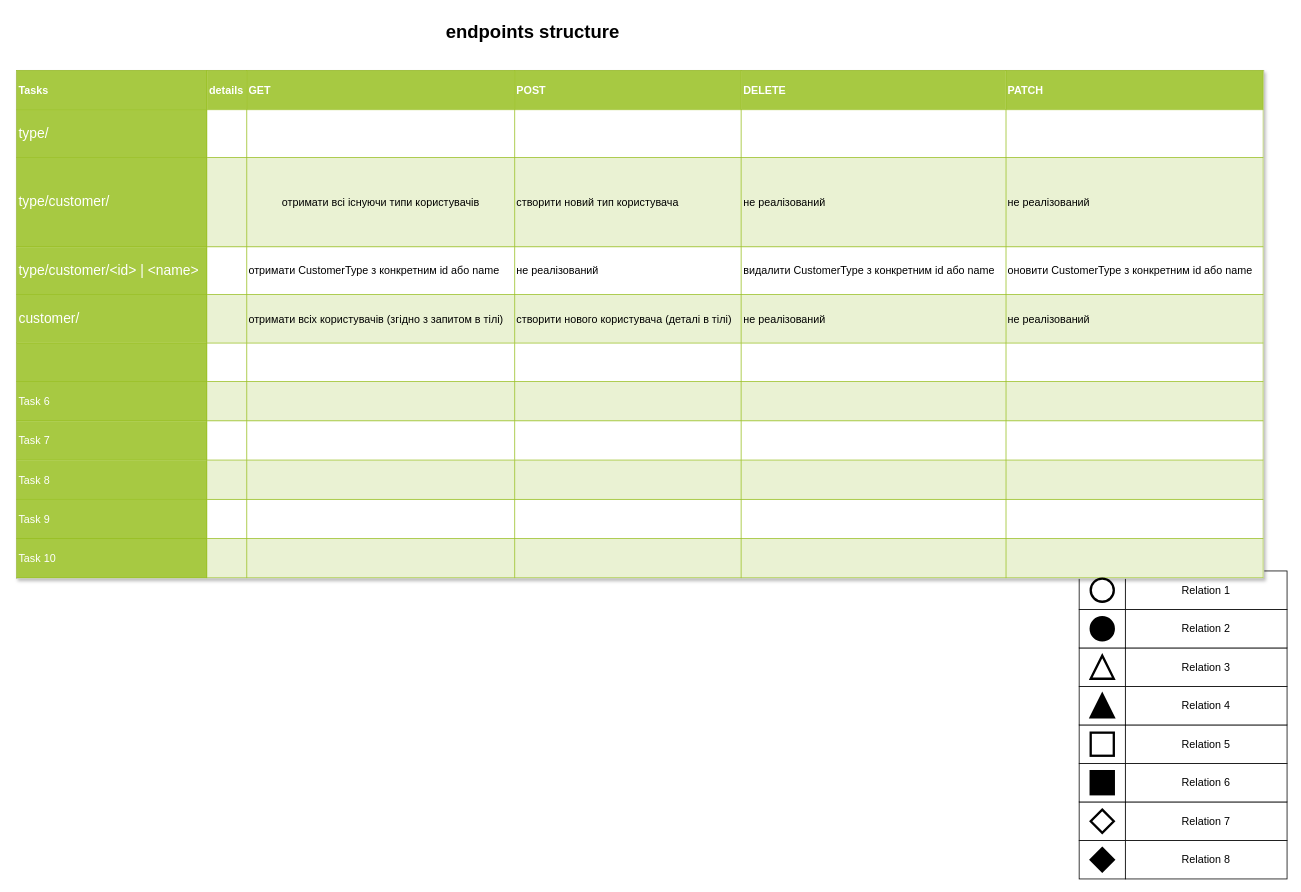
The draw.io diagram doc/endpoints.drawio in essayNEXT/REPETITOR, before the edit. Source tidied: cells renumbered, new cells numbered last; positions are measured from the earlier drawing's top-left corner, leaving out a move shared by most shapes. Both pictures are drawn from the tidied source at 77%, with x=0, y=0 at pixel (16, 16).
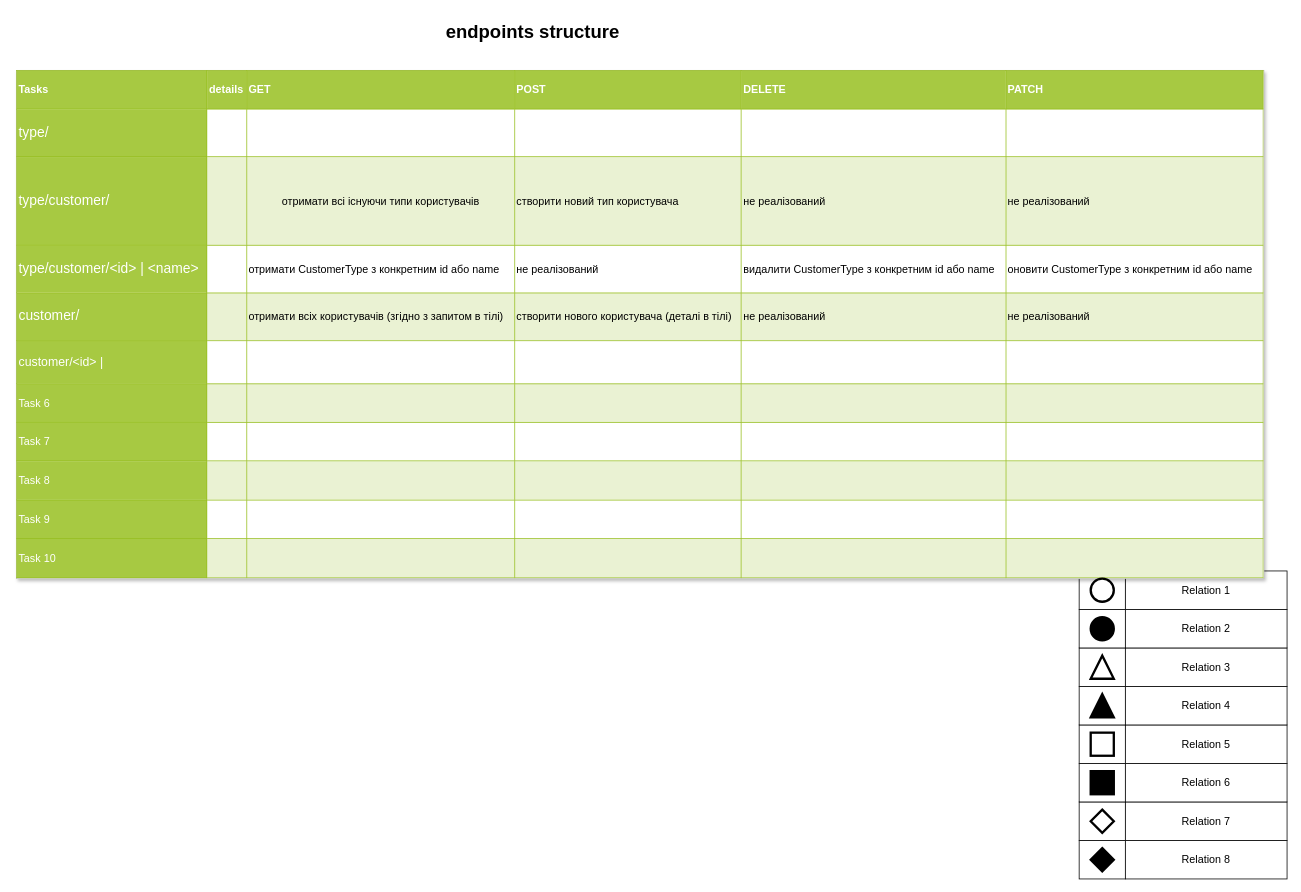
The same diagram, later.

What changed in the source:
```diff
@@
-    <mxCell id="19" value="&lt;table border=&quot;1&quot; width=&quot;100%&quot; cellpadding=&quot;2&quot; style=&quot;width: 100% ; height: 100% ; border-collapse: collapse&quot;&gt;&lt;tbody&gt;&lt;tr style=&quot;background-color: #a7c942 ; color: #ffffff ; border: 1px solid #98bf21&quot;&gt;&lt;th&gt;Tasks&lt;/th&gt;&lt;th&gt;details&lt;/th&gt;&lt;th&gt;GET&lt;/th&gt;&lt;th&gt;POST&lt;/th&gt;&lt;th&gt;DELETE&lt;/th&gt;&lt;th&gt;PATCH&lt;/th&gt;&lt;/tr&gt;&lt;tr style=&quot;border: 1px solid #98bf21&quot;&gt;&lt;td style=&quot;background-color: #a7c942 ; color: #ffffff ; border: 1px solid #98bf21&quot;&gt;&lt;font style=&quot;font-size: 18px;&quot;&gt;type/&lt;/font&gt;&lt;/td&gt;&lt;td&gt;&lt;/td&gt;&lt;td&gt;&lt;/td&gt;&lt;td&gt;&lt;br&gt;&lt;/td&gt;&lt;td&gt;&lt;br&gt;&lt;/td&gt;&lt;td&gt;&lt;br&gt;&lt;/td&gt;&lt;/tr&gt;&lt;tr style=&quot;background-color: #eaf2d3 ; border: 1px solid #98bf21&quot;&gt;&lt;td style=&quot;background-color: #a7c942 ; color: #ffffff ; border: 1px solid #98bf21&quot;&gt;&lt;font style=&quot;font-size: 18px;&quot;&gt;type/customer/&lt;/font&gt;&lt;/td&gt;&lt;td&gt;&lt;/td&gt;&lt;td style=&quot;text-align: center;&quot;&gt;&lt;p&gt;отримати всі існуючи типи користувачів&lt;/p&gt;&lt;/td&gt;&lt;td&gt;створити новий тип користувача&lt;/td&gt;&lt;td&gt;не реалізований&lt;/td&gt;&lt;td&gt;не реалізований&lt;/td&gt;&lt;/tr&gt;&lt;tr style=&quot;border: 1px solid #98bf21&quot;&gt;&lt;td style=&quot;background-color: #a7c942 ; color: #ffffff ; border: 1px solid #98bf21&quot;&gt;&lt;font style=&quot;font-size: 18px;&quot;&gt;type/customer/&amp;lt;id&amp;gt; | &amp;lt;name&amp;gt;&lt;/font&gt;&lt;/td&gt;&lt;td&gt;&lt;/td&gt;&lt;td&gt;отримати CustomerType з конкретним id або name&lt;/td&gt;&lt;td&gt;не реалізований&lt;/td&gt;&lt;td&gt;видалити CustomerType з конкретним id або name&lt;/td&gt;&lt;td&gt;оновити CustomerType з конкретним id або name&lt;/td&gt;&lt;/tr&gt;&lt;tr style=&quot;background-color: #eaf2d3 ; border: 1px solid #98bf21&quot;&gt;&lt;td style=&quot;background-color: #a7c942 ; color: #ffffff ; border: 1px solid #98bf21&quot;&gt;&lt;font style=&quot;font-size: 18px;&quot;&gt;customer/&lt;/font&gt;&lt;/td&gt;&lt;td&gt;&lt;/td&gt;&lt;td&gt;отримати всіх користувачів (згідно з запитом в тілі)&lt;/td&gt;&lt;td&gt;створити нового користувача (деталі в тілі)&lt;/td&gt;&lt;td&gt;не реалізований&lt;/td&gt;&lt;td&gt;не реалізований&lt;/td&gt;&lt;/tr&gt;&lt;tr style=&quot;border: 1px solid #98bf21&quot;&gt;&lt;td style=&quot;background-color: #a7c942 ; color: #ffffff ; border: 1px solid #98bf21&quot;&gt;&lt;br&gt;&lt;/td&gt;&lt;td&gt;&lt;br&gt;&lt;/td&gt;&lt;td&gt;&lt;br&gt;&lt;/td&gt;&lt;td&gt;&lt;br&gt;&lt;/td&gt;&lt;td&gt;&lt;br&gt;&lt;/td&gt;&lt;td&gt;&lt;br&gt;&lt;/td&gt;&lt;/tr&gt;&lt;tr style=&quot;background-color: #eaf2d3 ; border: 1px solid #98bf21&quot;&gt;&lt;td style=&quot;background-color: #a7c942 ; color: #ffffff ; border: 1px solid #98bf21&quot;&gt;Task 6&lt;br&gt;&lt;/td&gt;&lt;td&gt;&lt;br&gt;&lt;/td&gt;&lt;td&gt;&lt;br&gt;&lt;/td&gt;&lt;td&gt;&lt;br&gt;&lt;/td&gt;&lt;td&gt;&lt;br&gt;&lt;/td&gt;&lt;td&gt;&lt;br&gt;&lt;/td&gt;&lt;/tr&gt;&lt;tr style=&quot;border: 1px solid #98bf21&quot;&gt;&lt;td style=&quot;background-color: #a7c942 ; color: #ffffff ; border: 1px solid #98bf21&quot;&gt;Task 7&lt;br&gt;&lt;/td&gt;&lt;td&gt;&lt;br&gt;&lt;/td&gt;&lt;td&gt;&lt;br&gt;&lt;/td&gt;&lt;td&gt;&lt;br&gt;&lt;/td&gt;&lt;td&gt;&lt;br&gt;&lt;/td&gt;&lt;td&gt;&lt;br&gt;&lt;/td&gt;&lt;/tr&gt;&lt;tr style=&quot;background-color: #eaf2d3 ; border: 1px solid #98bf21&quot;&gt;&lt;td style=&quot;background-color: #a7c942 ; color: #ffffff ; border: 1px solid #98bf21&quot;&gt;Task 8&lt;br&gt;&lt;/td&gt;&lt;td&gt;&lt;br&gt;&lt;/td&gt;&lt;td&gt;&lt;br&gt;&lt;/td&gt;&lt;td&gt;&lt;br&gt;&lt;/td&gt;&lt;td&gt;&lt;br&gt;&lt;/td&gt;&lt;td&gt;&lt;br&gt;&lt;/td&gt;&lt;/tr&gt;&lt;tr style=&quot;border: 1px solid #98bf21&quot;&gt;&lt;td style=&quot;background-color: #a7c942 ; color: #ffffff ; border: 1px solid #98bf21&quot;&gt;Task 9&lt;br&gt;&lt;/td&gt;&lt;td&gt;&lt;br&gt;&lt;/td&gt;&lt;td&gt;&lt;br&gt;&lt;/td&gt;&lt;td&gt;&lt;br&gt;&lt;/td&gt;&lt;td&gt;&lt;br&gt;&lt;/td&gt;&lt;td&gt;&lt;br&gt;&lt;/td&gt;&lt;/tr&gt;&lt;tr style=&quot;background-color: #eaf2d3 ; border: 1px solid #98bf21&quot;&gt;&lt;td style=&quot;background-color: #a7c942 ; color: #ffffff ; border: 1px solid #98bf21&quot;&gt;Task 10&lt;br&gt;&lt;/td&gt;&lt;td&gt;&lt;br&gt;&lt;/td&gt;&lt;td&gt;&lt;br&gt;&lt;/td&gt;&lt;td&gt;&lt;br&gt;&lt;/td&gt;&lt;td&gt;&lt;br&gt;&lt;/td&gt;&lt;td&gt;&lt;br&gt;&lt;/td&gt;&lt;/tr&gt;&lt;/tbody&gt;&lt;/table&gt;" style="text;html=1;strokeColor=#c0c0c0;fillColor=#ffffff;overflow=fill;rounded=0;shadow=1;fontSize=14;fontColor=#000000;" parent="1" vertex="1">
+    <mxCell id="19" value="&lt;table border=&quot;1&quot; width=&quot;100%&quot; cellpadding=&quot;2&quot; style=&quot;width: 100% ; height: 100% ; border-collapse: collapse&quot;&gt;&lt;tbody&gt;&lt;tr style=&quot;background-color: #a7c942 ; color: #ffffff ; border: 1px solid #98bf21&quot;&gt;&lt;th&gt;Tasks&lt;/th&gt;&lt;th&gt;details&lt;/th&gt;&lt;th&gt;GET&lt;/th&gt;&lt;th&gt;POST&lt;/th&gt;&lt;th&gt;DELETE&lt;/th&gt;&lt;th&gt;PATCH&lt;/th&gt;&lt;/tr&gt;&lt;tr style=&quot;border: 1px solid #98bf21&quot;&gt;&lt;td style=&quot;background-color: #a7c942 ; color: #ffffff ; border: 1px solid #98bf21&quot;&gt;&lt;font style=&quot;font-size: 18px;&quot;&gt;type/&lt;/font&gt;&lt;/td&gt;&lt;td&gt;&lt;/td&gt;&lt;td&gt;&lt;/td&gt;&lt;td&gt;&lt;br&gt;&lt;/td&gt;&lt;td&gt;&lt;br&gt;&lt;/td&gt;&lt;td&gt;&lt;br&gt;&lt;/td&gt;&lt;/tr&gt;&lt;tr style=&quot;background-color: #eaf2d3 ; border: 1px solid #98bf21&quot;&gt;&lt;td style=&quot;background-color: #a7c942 ; color: #ffffff ; border: 1px solid #98bf21&quot;&gt;&lt;font style=&quot;font-size: 18px;&quot;&gt;type/customer/&lt;/font&gt;&lt;/td&gt;&lt;td&gt;&lt;/td&gt;&lt;td style=&quot;text-align: center;&quot;&gt;&lt;p&gt;отримати всі існуючи типи користувачів&lt;/p&gt;&lt;/td&gt;&lt;td&gt;створити новий тип користувача&lt;/td&gt;&lt;td&gt;не реалізований&lt;/td&gt;&lt;td&gt;не реалізований&lt;/td&gt;&lt;/tr&gt;&lt;tr style=&quot;border: 1px solid #98bf21&quot;&gt;&lt;td style=&quot;background-color: #a7c942 ; color: #ffffff ; border: 1px solid #98bf21&quot;&gt;&lt;font style=&quot;font-size: 18px;&quot;&gt;type/customer/&amp;lt;id&amp;gt; | &amp;lt;name&amp;gt;&lt;/font&gt;&lt;/td&gt;&lt;td&gt;&lt;/td&gt;&lt;td&gt;отримати CustomerType з конкретним id або name&lt;/td&gt;&lt;td&gt;не реалізований&lt;/td&gt;&lt;td&gt;видалити CustomerType з конкретним id або name&lt;/td&gt;&lt;td&gt;оновити CustomerType з конкретним id або name&lt;/td&gt;&lt;/tr&gt;&lt;tr style=&quot;background-color: #eaf2d3 ; border: 1px solid #98bf21&quot;&gt;&lt;td style=&quot;background-color: #a7c942 ; color: #ffffff ; border: 1px solid #98bf21&quot;&gt;&lt;font style=&quot;font-size: 18px;&quot;&gt;customer/&lt;/font&gt;&lt;/td&gt;&lt;td&gt;&lt;/td&gt;&lt;td&gt;отримати всіх користувачів (згідно з запитом в тілі)&lt;/td&gt;&lt;td&gt;створити нового користувача (деталі в тілі)&lt;/td&gt;&lt;td&gt;не реалізований&lt;/td&gt;&lt;td&gt;не реалізований&lt;/td&gt;&lt;/tr&gt;&lt;tr style=&quot;border: 1px solid #98bf21&quot;&gt;&lt;td style=&quot;background-color: #a7c942 ; color: #ffffff ; border: 1px solid #98bf21&quot;&gt;&lt;font size=&quot;3&quot;&gt;customer/&amp;lt;id&amp;gt; |&lt;/font&gt;&lt;/td&gt;&lt;td&gt;&lt;br&gt;&lt;/td&gt;&lt;td&gt;&lt;br&gt;&lt;/td&gt;&lt;td&gt;&lt;br&gt;&lt;/td&gt;&lt;td&gt;&lt;br&gt;&lt;/td&gt;&lt;td&gt;&lt;br&gt;&lt;/td&gt;&lt;/tr&gt;&lt;tr style=&quot;background-color: #eaf2d3 ; border: 1px solid #98bf21&quot;&gt;&lt;td style=&quot;background-color: #a7c942 ; color: #ffffff ; border: 1px solid #98bf21&quot;&gt;Task 6&lt;br&gt;&lt;/td&gt;&lt;td&gt;&lt;br&gt;&lt;/td&gt;&lt;td&gt;&lt;br&gt;&lt;/td&gt;&lt;td&gt;&lt;br&gt;&lt;/td&gt;&lt;td&gt;&lt;br&gt;&lt;/td&gt;&lt;td&gt;&lt;br&gt;&lt;/td&gt;&lt;/tr&gt;&lt;tr style=&quot;border: 1px solid #98bf21&quot;&gt;&lt;td style=&quot;background-color: #a7c942 ; color: #ffffff ; border: 1px solid #98bf21&quot;&gt;Task 7&lt;br&gt;&lt;/td&gt;&lt;td&gt;&lt;br&gt;&lt;/td&gt;&lt;td&gt;&lt;br&gt;&lt;/td&gt;&lt;td&gt;&lt;br&gt;&lt;/td&gt;&lt;td&gt;&lt;br&gt;&lt;/td&gt;&lt;td&gt;&lt;br&gt;&lt;/td&gt;&lt;/tr&gt;&lt;tr style=&quot;background-color: #eaf2d3 ; border: 1px solid #98bf21&quot;&gt;&lt;td style=&quot;background-color: #a7c942 ; color: #ffffff ; border: 1px solid #98bf21&quot;&gt;Task 8&lt;br&gt;&lt;/td&gt;&lt;td&gt;&lt;br&gt;&lt;/td&gt;&lt;td&gt;&lt;br&gt;&lt;/td&gt;&lt;td&gt;&lt;br&gt;&lt;/td&gt;&lt;td&gt;&lt;br&gt;&lt;/td&gt;&lt;td&gt;&lt;br&gt;&lt;/td&gt;&lt;/tr&gt;&lt;tr style=&quot;border: 1px solid #98bf21&quot;&gt;&lt;td style=&quot;background-color: #a7c942 ; color: #ffffff ; border: 1px solid #98bf21&quot;&gt;Task 9&lt;br&gt;&lt;/td&gt;&lt;td&gt;&lt;br&gt;&lt;/td&gt;&lt;td&gt;&lt;br&gt;&lt;/td&gt;&lt;td&gt;&lt;br&gt;&lt;/td&gt;&lt;td&gt;&lt;br&gt;&lt;/td&gt;&lt;td&gt;&lt;br&gt;&lt;/td&gt;&lt;/tr&gt;&lt;tr style=&quot;background-color: #eaf2d3 ; border: 1px solid #98bf21&quot;&gt;&lt;td style=&quot;background-color: #a7c942 ; color: #ffffff ; border: 1px solid #98bf21&quot;&gt;Task 10&lt;br&gt;&lt;/td&gt;&lt;td&gt;&lt;br&gt;&lt;/td&gt;&lt;td&gt;&lt;br&gt;&lt;/td&gt;&lt;td&gt;&lt;br&gt;&lt;/td&gt;&lt;td&gt;&lt;br&gt;&lt;/td&gt;&lt;td&gt;&lt;br&gt;&lt;/td&gt;&lt;/tr&gt;&lt;/tbody&gt;&lt;/table&gt;" style="text;html=1;strokeColor=#c0c0c0;fillColor=#ffffff;overflow=fill;rounded=0;shadow=1;fontSize=14;fontColor=#000000;" parent="1" vertex="1">
       <mxGeometry y="70" width="1620" height="660" as="geometry" />
     </mxCell>
```
